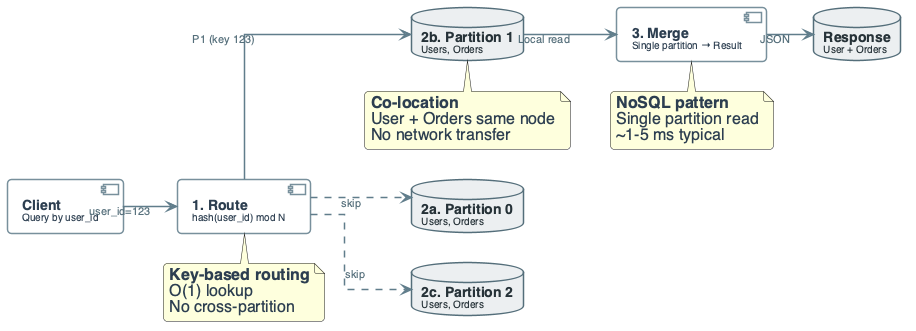
This is diagrams/week02/week2_lecture_slide24_query_flow.png from OrPerets/data-engineering-course, a PlantUML export, as it was before one commit.
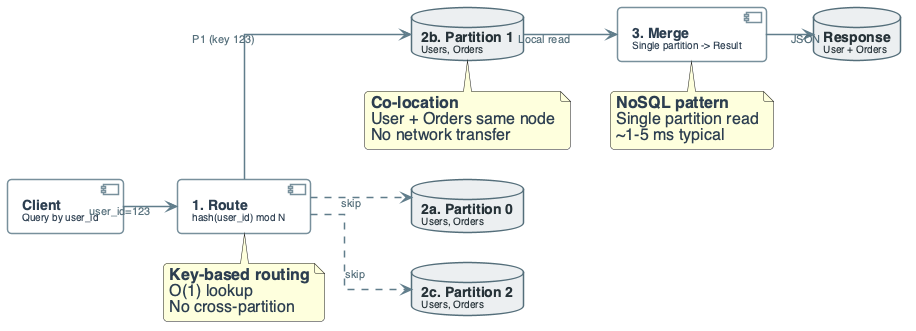
After the change.

Change to the diagram source:
```diff
@@ -8,7 +8,7 @@
 skinparam nodesep 30
 skinparam ranksep 40
 
-skinparam defaultFontName "Segoe UI", "Helvetica", sans-serif
+skinparam defaultFontName "Segoe UI, Helvetica, sans-serif"
 skinparam defaultFontSize 16
 skinparam defaultFontColor #2C3E50
 
@@ -69,6 +69,54 @@
     FontColor #E65100
 }
 
+skinparam component<<Bad>> {
+    BorderColor #C62828
+    BackgroundColor #FFEBEE
+    FontColor #B71C1C
+}
+
+skinparam component<<V1>> {
+    BorderColor #F57C00
+    BackgroundColor #FFF3E0
+    FontColor #E65100
+}
+
+skinparam component<<V2>> {
+    BorderColor #2E7D32
+    BackgroundColor #E8F5E9
+    FontColor #1B5E20
+}
+
+skinparam component<<up>> {
+    BackgroundColor #E8F5E9
+    BorderColor #2E7D32
+}
+
+skinparam component<<down>> {
+    BackgroundColor #FFEBEE
+    BorderColor #C62828
+}
+
+skinparam database<<up>> {
+    BackgroundColor #E8F5E9
+    BorderColor #2E7D32
+}
+
+skinparam database<<down>> {
+    BackgroundColor #FFEBEE
+    BorderColor #C62828
+}
+
+skinparam component<<success>> {
+    BackgroundColor #E8F5E9
+    BorderColor #2E7D32
+}
+
+skinparam component<<failure>> {
+    BackgroundColor #FFEBEE
+    BorderColor #C62828
+}
+
 
 component "**Client**\n<size:10>Query by user_id</size>" as C
 
@@ -78,7 +126,7 @@
 database "**2b. Partition 1**\n<size:10>Users, Orders</size>" as P1
 database "**2c. Partition 2**\n<size:10>Users, Orders</size>" as P2
 
-component "**3. Merge**\n<size:10>Single partition → Result</size>" as M
+component "**3. Merge**\n<size:10>Single partition -> Result</size>" as M
 
 database "**Response**\n<size:10>User + Orders</size>" as OUT
 
```
